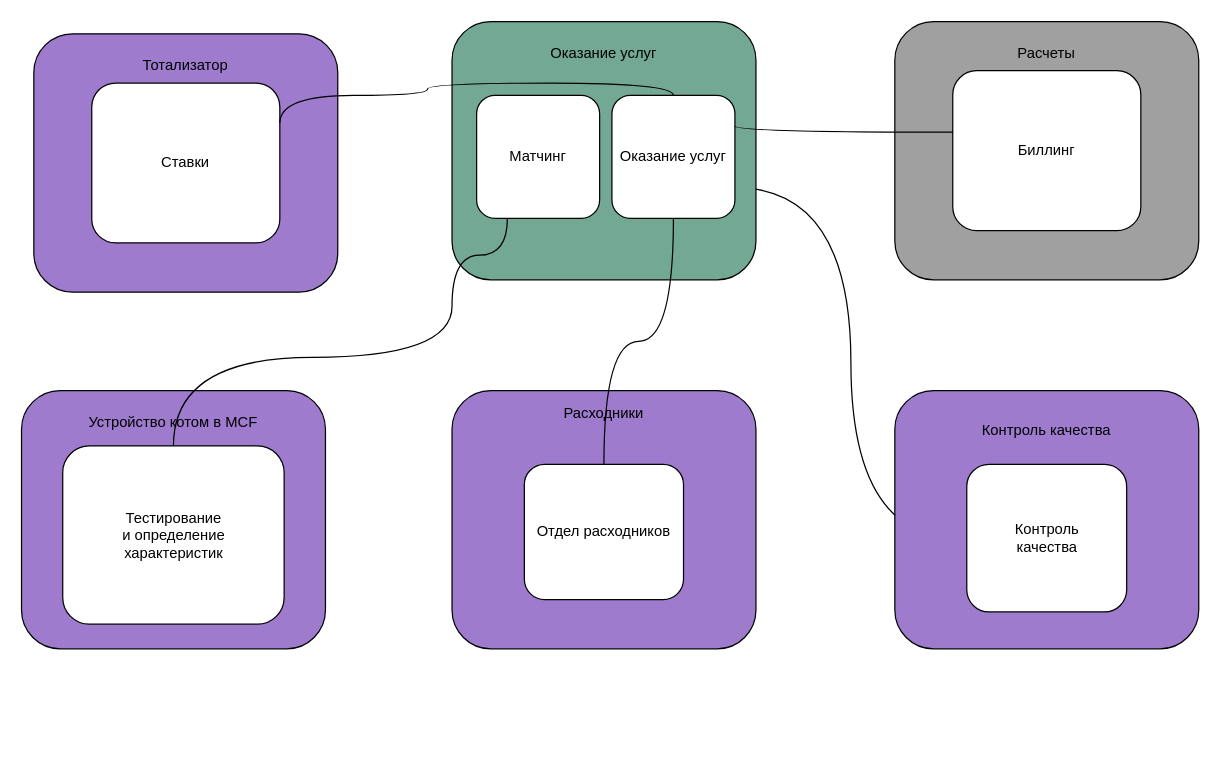
teddybear/system_analysis_course keeps this draw.io diagram as 2/domain.drawio. Above is the earlier version. Source tidied: cells renumbered, new cells numbered last; positions are measured from the earlier drawing's top-left corner, leaving out a move shared by most shapes. Both pictures are drawn from the tidied source at 123%, with x=0, y=0 at pixel (21, 21).
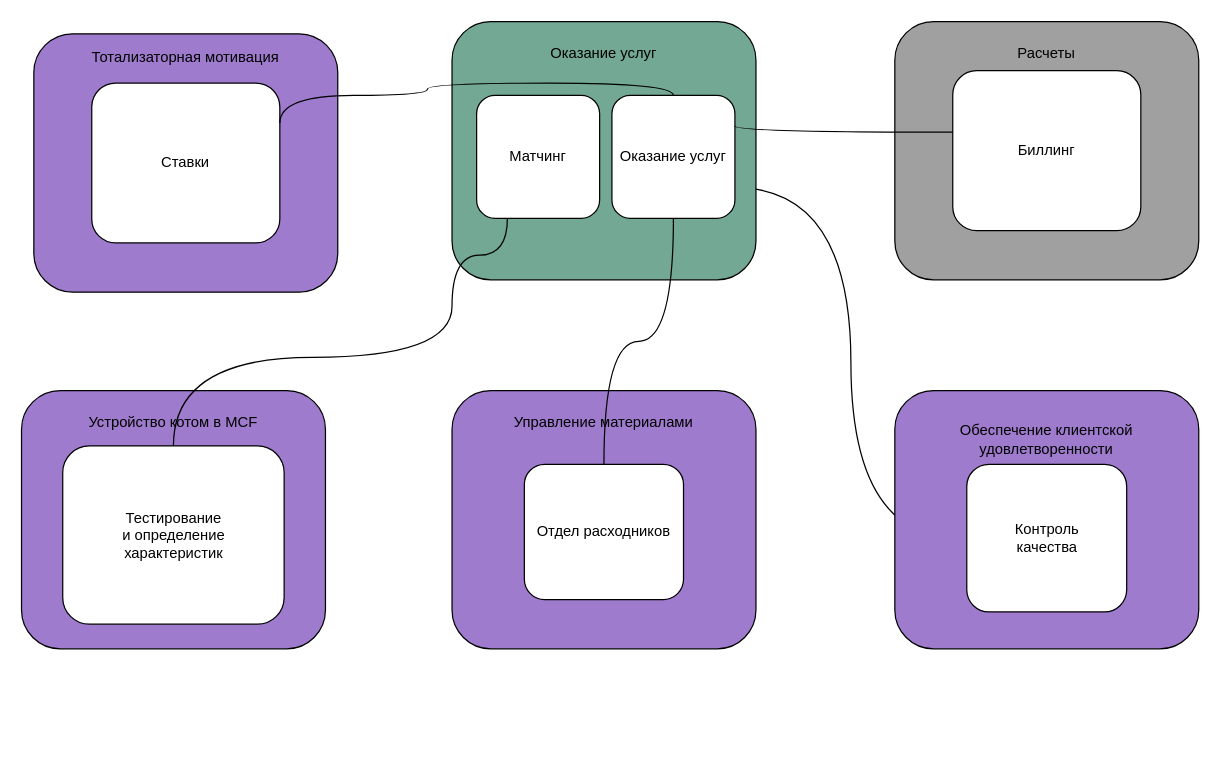
The same page after the edit.

Unchanged cells that the change refers to:
```xml
<mxCell id="3" style="group;" parent="1" vertex="1">
  <mxGeometry x="10" y="10" width="247.1" height="210" as="geometry" />
</mxCell>
<mxCell id="10" style="group;" parent="1" vertex="1">
  <mxGeometry x="350" y="300" width="247.1" height="210" as="geometry" />
</mxCell>
<mxCell id="13" style="group;" parent="1" vertex="1">
  <mxGeometry x="710" y="300" width="247.1" height="290" as="geometry" />
</mxCell>
```

The edit, as a diff of the source:
```diff
@@
-    <mxCell id="4" value="Тотализатор&lt;br&gt;&lt;br&gt;&lt;br&gt;&lt;br&gt;&lt;br&gt;&lt;br&gt;&lt;br&gt;&lt;br&gt;&lt;br&gt;&lt;br&gt;&lt;br&gt;&lt;br&gt;" style="rounded=1;whiteSpace=wrap;html=1;fillColor=#9E7BCD;" parent="3" vertex="1">
+    <mxCell id="4" value="Тотализаторная мотивация&lt;br&gt;&lt;br&gt;&lt;br&gt;&lt;br&gt;&lt;br&gt;&lt;br&gt;&lt;br&gt;&lt;br&gt;&lt;br&gt;&lt;br&gt;&lt;br&gt;&lt;br&gt;&lt;br&gt;" style="rounded=1;whiteSpace=wrap;html=1;fillColor=#9E7BCD;" parent="3" vertex="1">
       <mxGeometry width="247.1" height="210" as="geometry" />
     </mxCell>
@@
-    <mxCell id="11" value="Расходники&lt;br&gt;&lt;br&gt;&lt;br&gt;&lt;br&gt;&lt;br&gt;&lt;br&gt;&lt;br&gt;&lt;br&gt;&lt;br&gt;&lt;br&gt;&lt;br&gt;&lt;br&gt;&lt;br&gt;" style="rounded=1;whiteSpace=wrap;html=1;fillColor=#9e7bcd;" parent="10" vertex="1">
+    <mxCell id="11" value="Управление материалами&lt;br&gt;&lt;br&gt;&lt;br&gt;&lt;br&gt;&lt;br&gt;&lt;br&gt;&lt;br&gt;&lt;br&gt;&lt;br&gt;&lt;br&gt;&lt;br&gt;&lt;br&gt;" style="rounded=1;whiteSpace=wrap;html=1;fillColor=#9e7bcd;" parent="10" vertex="1">
       <mxGeometry width="247.1" height="210" as="geometry" />
     </mxCell>
@@
-    <mxCell id="14" value="Контроль качества&lt;br&gt;&lt;br&gt;&lt;br&gt;&lt;br&gt;&lt;br&gt;&lt;br&gt;&lt;br&gt;&lt;br&gt;&lt;br&gt;&lt;br&gt;&lt;br&gt;" style="rounded=1;whiteSpace=wrap;html=1;fillColor=#9E7BCD;" parent="13" vertex="1">
+    <mxCell id="14" value="Обеспечение клиентской удовлетворенности&lt;br&gt;&lt;br&gt;&lt;br&gt;&lt;br&gt;&lt;br&gt;&lt;br&gt;&lt;br&gt;&lt;br&gt;&lt;br&gt;&lt;br&gt;" style="rounded=1;whiteSpace=wrap;html=1;fillColor=#9E7BCD;" parent="13" vertex="1">
       <mxGeometry width="247.1" height="210" as="geometry" />
     </mxCell>
```
